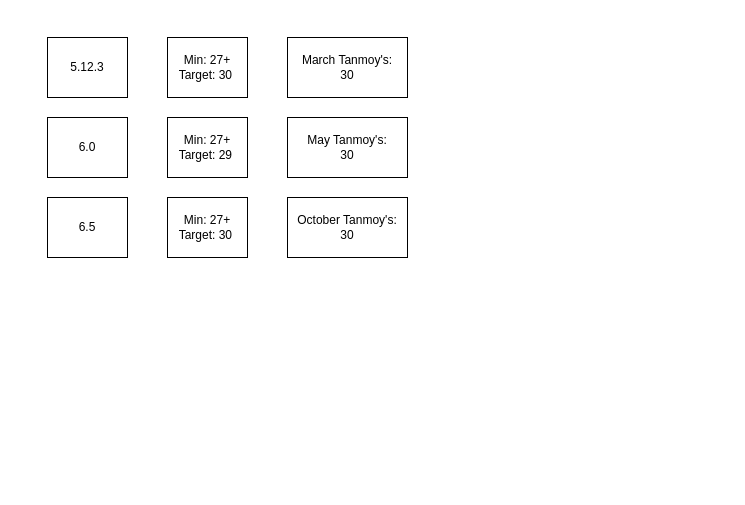
This is Untitled Diagram.drawio from sanjaipk/Application-Architecture, a draw.io file, before an edit. Source tidied: cells renumbered, new cells numbered last; positions are measured from the earlier drawing's top-left corner, leaving out a move shared by most shapes. Both pictures are drawn from the tidied source at 100%, with x=0, y=0 at pixel (47, 37). Pictures stored in the file or linked from it are replaced by grey dashed boxes.
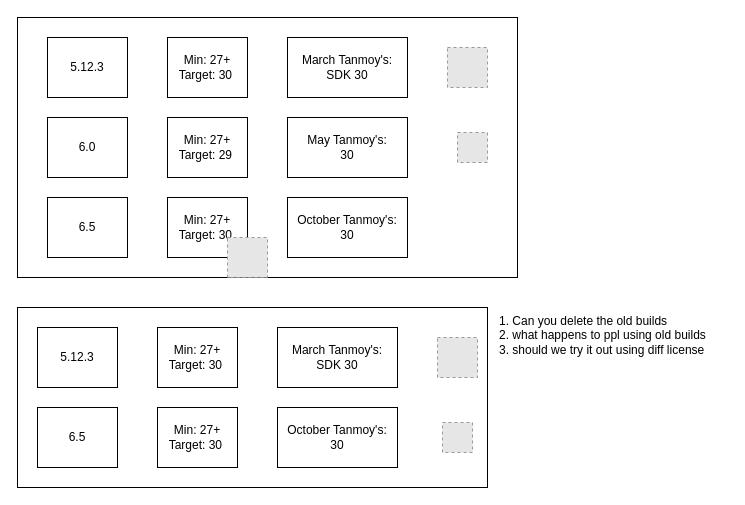
After the change.

Change to the diagram source:
```diff
@@
+    <mxCell id="11" style="rounded=0;whiteSpace=wrap;html=1;fillColor=none;" parent="1" vertex="1">
+      <mxGeometry x="-30" y="-20" width="500" height="260" as="geometry" />
+    </mxCell>
@@
-    <mxCell id="4" value="March Tanmoy's:&lt;br&gt;30" style="rounded=0;whiteSpace=wrap;html=1;" parent="1" vertex="1">
+    <mxCell id="4" value="March Tanmoy's:&lt;br&gt;SDK 30" style="rounded=0;whiteSpace=wrap;html=1;" parent="1" vertex="1">
       <mxGeometry x="240" width="120" height="60" as="geometry" />
     </mxCell>
@@
+    <mxCell id="12" style="fillColor=#E6E6E6;strokeColor=#999999;dashed=1;html=1;verticalAlign=top;verticalLabelPosition=bottom;labelBackgroundColor=#ffffff;" parent="1" vertex="1">
+      <mxGeometry x="400" y="10" width="40" height="40" as="geometry" />
+    </mxCell>
+    <mxCell id="13" style="fillColor=#E6E6E6;strokeColor=#999999;dashed=1;html=1;verticalAlign=top;verticalLabelPosition=bottom;labelBackgroundColor=#ffffff;" parent="1" vertex="1">
+      <mxGeometry x="410" y="95" width="30" height="30" as="geometry" />
+    </mxCell>
+    <mxCell id="14" style="fillColor=#E6E6E6;strokeColor=#999999;dashed=1;html=1;verticalAlign=top;verticalLabelPosition=bottom;labelBackgroundColor=#ffffff;" parent="1" vertex="1">
+      <mxGeometry x="180" y="200" width="40" height="40" as="geometry" />
+    </mxCell>
+    <mxCell id="15" value="5.12.3" style="rounded=0;whiteSpace=wrap;html=1;" parent="1" vertex="1">
+      <mxGeometry x="-10" y="290" width="80" height="60" as="geometry" />
+    </mxCell>
+    <mxCell id="16" value="Min: 27+&lt;br&gt;Target: 30&amp;nbsp;" style="rounded=0;whiteSpace=wrap;html=1;" parent="1" vertex="1">
+      <mxGeometry x="110" y="290" width="80" height="60" as="geometry" />
+    </mxCell>
+    <mxCell id="17" value="March Tanmoy's:&lt;br&gt;SDK 30" style="rounded=0;whiteSpace=wrap;html=1;" parent="1" vertex="1">
+      <mxGeometry x="230" y="290" width="120" height="60" as="geometry" />
+    </mxCell>
+    <mxCell id="18" value="6.5" style="rounded=0;whiteSpace=wrap;html=1;" parent="1" vertex="1">
+      <mxGeometry x="-10" y="370" width="80" height="60" as="geometry" />
+    </mxCell>
+    <mxCell id="19" value="Min: 27+&lt;br&gt;Target: 30&amp;nbsp;" style="rounded=0;whiteSpace=wrap;html=1;" parent="1" vertex="1">
+      <mxGeometry x="110" y="370" width="80" height="60" as="geometry" />
+    </mxCell>
+    <mxCell id="20" value="October Tanmoy's:&lt;br&gt;30" style="rounded=0;whiteSpace=wrap;html=1;" parent="1" vertex="1">
+      <mxGeometry x="230" y="370" width="120" height="60" as="geometry" />
+    </mxCell>
+    <mxCell id="21" style="fillColor=#E6E6E6;strokeColor=#999999;dashed=1;html=1;verticalAlign=top;verticalLabelPosition=bottom;labelBackgroundColor=#ffffff;" parent="1" vertex="1">
+      <mxGeometry x="390" y="300" width="40" height="40" as="geometry" />
+    </mxCell>
+    <mxCell id="22" style="fillColor=#E6E6E6;strokeColor=#999999;dashed=1;html=1;verticalAlign=top;verticalLabelPosition=bottom;labelBackgroundColor=#ffffff;" parent="1" vertex="1">
+      <mxGeometry x="395" y="385" width="30" height="30" as="geometry" />
+    </mxCell>
+    <mxCell id="23" style="rounded=0;whiteSpace=wrap;html=1;fillColor=none;" parent="1" vertex="1">
+      <mxGeometry x="-30" y="270" width="470" height="180" as="geometry" />
+    </mxCell>
+    <mxCell id="24" value="&lt;div&gt;&lt;span&gt;1. Can you delete the old builds&lt;/span&gt;&lt;/div&gt;&lt;div&gt;&lt;span&gt;2. what happens to ppl using old builds&lt;/span&gt;&lt;/div&gt;&lt;div&gt;&lt;span&gt;3. should we try it out using diff license&lt;/span&gt;&lt;/div&gt;" style="text;html=1;strokeColor=none;fillColor=none;align=left;verticalAlign=top;whiteSpace=wrap;rounded=0;" parent="1" vertex="1">
+      <mxGeometry x="450" y="270" width="230" height="70" as="geometry" />
+    </mxCell>
```
